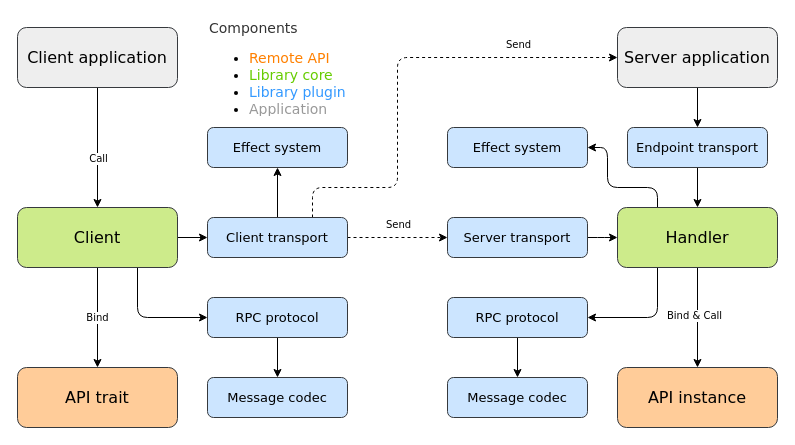
Earlier version of the draw.io diagram doc/diagrams/architecture.drawio (martin-ockajak/automorph). Source tidied: cells renumbered, new cells numbered last; positions are measured from the earlier drawing's top-left corner, leaving out a move shared by most shapes. Both pictures are drawn from the tidied source at 100%, with x=0, y=0 at pixel (17, 17).
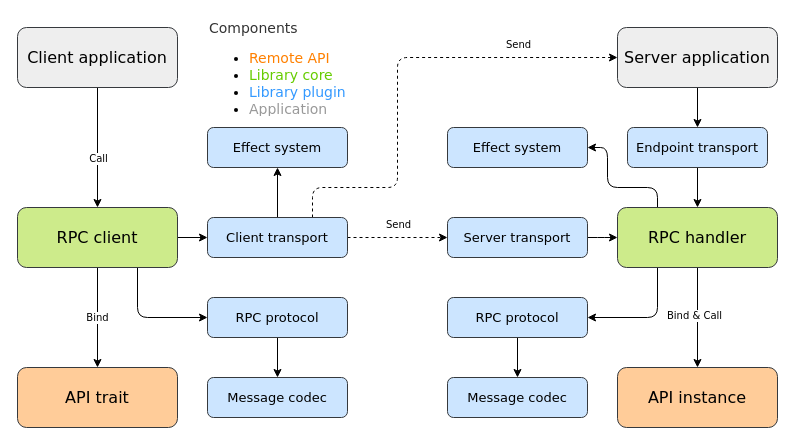
The same page after the edit.

Change to the diagram source:
```diff
@@
-    <mxCell id="7" value="&lt;font style=&quot;font-size: 16px;&quot;&gt;Client&lt;/font&gt;" style="rounded=1;whiteSpace=wrap;html=1;fillColor=#cdeb8b;strokeColor=#36393d;fontFamily=Verdana;fontSize=16;" parent="1" vertex="1">
+    <mxCell id="7" value="&lt;font style=&quot;font-size: 16px&quot;&gt;RPC client&lt;/font&gt;" style="rounded=1;whiteSpace=wrap;html=1;fillColor=#cdeb8b;strokeColor=#36393d;fontFamily=Verdana;fontSize=16;" parent="1" vertex="1">
       <mxGeometry y="190" width="160" height="60" as="geometry" />
     </mxCell>
@@
-    <mxCell id="11" value="&lt;font style=&quot;font-size: 16px;&quot;&gt;Handler&lt;/font&gt;" style="rounded=1;whiteSpace=wrap;html=1;fillColor=#cdeb8b;strokeColor=#36393d;fontFamily=Verdana;fontSize=16;" parent="1" vertex="1">
+    <mxCell id="11" value="&lt;font style=&quot;font-size: 16px&quot;&gt;RPC handler&lt;/font&gt;" style="rounded=1;whiteSpace=wrap;html=1;fillColor=#cdeb8b;strokeColor=#36393d;fontFamily=Verdana;fontSize=16;" parent="1" vertex="1">
       <mxGeometry x="600" y="190" width="160" height="60" as="geometry" />
     </mxCell>
```
